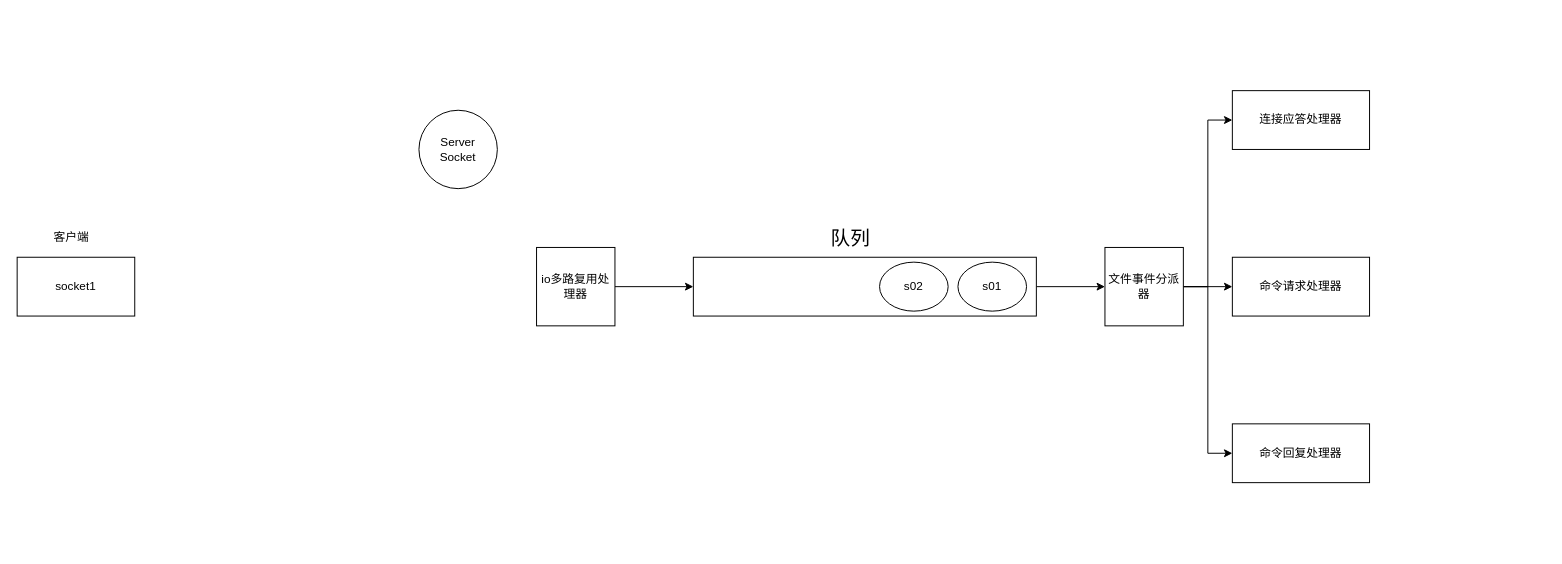
zzzzzzyn/draw keeps this draw.io diagram as redis线程模型.drawio. Above is the earlier version. Source tidied: cells renumbered, new cells numbered last; positions are measured from the earlier drawing's top-left corner, leaving out a move shared by most shapes. Both pictures are drawn from the tidied source at 98%, with x=0, y=0 at pixel (17, 90).
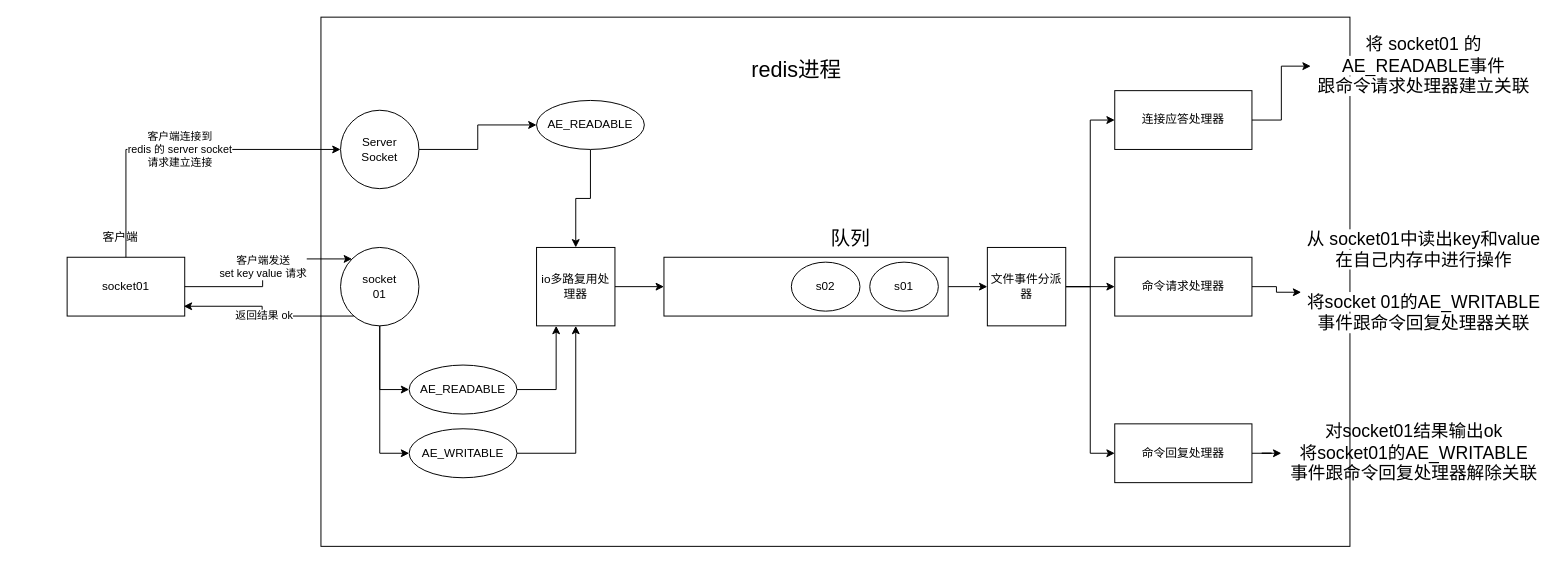
After the change.

Commit message:
更新redis线程模型.drawio

Unchanged cells that the change refers to:
```xml
<mxCell id="6" value="io多路复用处理器" style="whiteSpace=wrap;html=1;" parent="1" vertex="1">
  <mxGeometry x="530" y="160" width="80" height="80" as="geometry" />
</mxCell>
```

What changed in the source:
```diff
@@
-    <mxCell id="2" value="socket1" style="rounded=0;whiteSpace=wrap;html=1;" parent="1" vertex="1">
-      <mxGeometry y="170" width="120" height="60" as="geometry" />
-    </mxCell>
-    <mxCell id="3" value="客户端" style="text;html=1;align=center;verticalAlign=middle;" parent="1" vertex="1">
-      <mxGeometry x="30" y="140" width="50" height="20" as="geometry" />
-    </mxCell>
+    <mxCell id="19" style="rounded=0;whiteSpace=wrap;html=1;fillColor=none;" parent="1" vertex="1">
+      <mxGeometry x="310" y="-75" width="1050" height="540" as="geometry" />
+    </mxCell>
+    <mxCell id="20" style="edgeStyle=orthogonalEdgeStyle;rounded=0;jettySize=auto;html=1;entryX=0;entryY=0.5;entryDx=0;entryDy=0;" parent="1" edge="1" source="4" target="26">
+      <mxGeometry relative="1" as="geometry" />
+    </mxCell>
     <mxCell id="4" value="Server&lt;br&gt;Socket" style="ellipse;whiteSpace=wrap;html=1;" parent="1" vertex="1">
-      <mxGeometry x="410" y="20" width="80" height="80" as="geometry" />
+      <mxGeometry x="330" y="20" width="80" height="80" as="geometry" />
     </mxCell>
@@
     <mxCell id="8" style="rounded=0;whiteSpace=wrap;html=1;" parent="1" vertex="1">
-      <mxGeometry x="690" y="170" width="350" height="60" as="geometry" />
+      <mxGeometry x="660" y="170" width="290" height="60" as="geometry" />
     </mxCell>
@@
     <mxCell id="12" value="文件事件分派器" style="whiteSpace=wrap;html=1;" parent="1" vertex="1">
-      <mxGeometry x="1110" y="160" width="80" height="80" as="geometry" />
+      <mxGeometry x="990" y="160" width="80" height="80" as="geometry" />
     </mxCell>
+    <mxCell id="21" style="edgeStyle=orthogonalEdgeStyle;rounded=0;jettySize=auto;html=1;" parent="1" edge="1" source="13" target="38">
+      <mxGeometry relative="1" as="geometry" />
+    </mxCell>
     <mxCell id="13" value="连接应答处理器" style="rounded=0;whiteSpace=wrap;html=1;" parent="1" vertex="1">
-      <mxGeometry x="1240" width="140" height="60" as="geometry" />
+      <mxGeometry x="1120" width="140" height="60" as="geometry" />
     </mxCell>
+    <mxCell id="22" style="edgeStyle=orthogonalEdgeStyle;rounded=0;jettySize=auto;html=1;entryX=0.001;entryY=0.619;entryDx=0;entryDy=0;entryPerimeter=0;" parent="1" edge="1" source="14" target="39">
+      <mxGeometry relative="1" as="geometry" />
+    </mxCell>
     <mxCell id="14" value="命令请求处理器" style="rounded=0;whiteSpace=wrap;html=1;" parent="1" vertex="1">
-      <mxGeometry x="1240" y="170" width="140" height="60" as="geometry" />
+      <mxGeometry x="1120" y="170" width="140" height="60" as="geometry" />
     </mxCell>
+    <mxCell id="23" style="edgeStyle=orthogonalEdgeStyle;rounded=0;jettySize=auto;html=1;" parent="1" edge="1" source="15" target="40">
+      <mxGeometry relative="1" as="geometry" />
+    </mxCell>
     <mxCell id="15" value="命令回复处理器" style="rounded=0;whiteSpace=wrap;html=1;" parent="1" vertex="1">
-      <mxGeometry x="1240" y="340" width="140" height="60" as="geometry" />
+      <mxGeometry x="1120" y="340" width="140" height="60" as="geometry" />
     </mxCell>
@@
     <mxCell id="17" value="s01" style="ellipse;whiteSpace=wrap;html=1;" parent="1" vertex="1">
-      <mxGeometry x="960" y="175" width="70" height="50" as="geometry" />
+      <mxGeometry x="870" y="175" width="70" height="50" as="geometry" />
     </mxCell>
     <mxCell id="18" value="s02" style="ellipse;whiteSpace=wrap;html=1;" parent="1" vertex="1">
-      <mxGeometry x="880" y="175" width="70" height="50" as="geometry" />
+      <mxGeometry x="790" y="175" width="70" height="50" as="geometry" />
     </mxCell>
+    <mxCell id="24" style="group;" parent="1" vertex="1">
+      <mxGeometry x="50" y="140" width="120" height="90" as="geometry" />
+    </mxCell>
+    <mxCell id="2" value="socket01" style="rounded=0;whiteSpace=wrap;html=1;" parent="24" vertex="1">
+      <mxGeometry x="1" y="30" width="120" height="60" as="geometry" />
+    </mxCell>
+    <mxCell id="3" value="客户端" style="text;html=1;align=center;verticalAlign=middle;" parent="24" vertex="1">
+      <mxGeometry x="30" width="50" height="20" as="geometry" />
+    </mxCell>
+    <mxCell id="25" style="edgeStyle=orthogonalEdgeStyle;rounded=0;jettySize=auto;html=1;entryX=0.5;entryY=0;entryDx=0;entryDy=0;" parent="1" edge="1" source="26" target="6">
+      <mxGeometry relative="1" as="geometry" />
+    </mxCell>
+    <mxCell id="26" value="AE_READABLE" style="ellipse;whiteSpace=wrap;html=1;" parent="1" vertex="1">
+      <mxGeometry x="530" y="10" width="110" height="50" as="geometry" />
+    </mxCell>
+    <mxCell id="27" style="edgeStyle=orthogonalEdgeStyle;rounded=0;jettySize=auto;html=1;entryX=0;entryY=0.5;entryDx=0;entryDy=0;" parent="1" edge="1" source="30" target="32">
+      <mxGeometry relative="1" as="geometry" />
+    </mxCell>
+    <mxCell id="28" style="edgeStyle=orthogonalEdgeStyle;rounded=0;jettySize=auto;html=1;entryX=0;entryY=0.5;entryDx=0;entryDy=0;" parent="1" edge="1" source="30" target="34">
+      <mxGeometry relative="1" as="geometry" />
+    </mxCell>
+    <mxCell id="29" value="返回结果 ok" style="edgeStyle=orthogonalEdgeStyle;rounded=0;jettySize=auto;html=1;" parent="1" edge="1" source="30">
+      <mxGeometry relative="1" as="geometry">
+        <mxPoint x="170" y="220" as="targetPoint" />
+        <Array as="points">
+          <mxPoint x="250" y="230" />
+          <mxPoint x="250" y="220" />
+        </Array>
+      </mxGeometry>
+    </mxCell>
+    <mxCell id="30" value="socket&lt;br&gt;01" style="ellipse;whiteSpace=wrap;html=1;" parent="1" vertex="1">
+      <mxGeometry x="330" y="160" width="80" height="80" as="geometry" />
+    </mxCell>
+    <mxCell id="31" style="edgeStyle=orthogonalEdgeStyle;rounded=0;jettySize=auto;html=1;entryX=0.25;entryY=1;entryDx=0;entryDy=0;" parent="1" edge="1" source="32" target="6">
+      <mxGeometry relative="1" as="geometry" />
+    </mxCell>
+    <mxCell id="32" value="AE_READABLE" style="ellipse;whiteSpace=wrap;html=1;" parent="1" vertex="1">
+      <mxGeometry x="400" y="280" width="110" height="50" as="geometry" />
+    </mxCell>
+    <mxCell id="33" style="edgeStyle=orthogonalEdgeStyle;rounded=0;jettySize=auto;html=1;entryX=0.5;entryY=1;entryDx=0;entryDy=0;" parent="1" edge="1" source="34" target="6">
+      <mxGeometry relative="1" as="geometry" />
+    </mxCell>
+    <mxCell id="34" value="AE_WRITABLE" style="ellipse;whiteSpace=wrap;html=1;" parent="1" vertex="1">
+      <mxGeometry x="400" y="345" width="110" height="50" as="geometry" />
+    </mxCell>
+    <mxCell id="35" value="&lt;font style=&quot;font-size: 22px&quot;&gt;redis进程&lt;/font&gt;" style="text;html=1;align=center;verticalAlign=middle;" parent="1" vertex="1">
+      <mxGeometry x="740" y="-30" width="110" height="20" as="geometry" />
+    </mxCell>
+    <mxCell id="36" value="客户端发送&lt;br&gt;set key value 请求" style="edgeStyle=orthogonalEdgeStyle;rounded=0;jettySize=auto;html=1;entryX=0;entryY=0;entryDx=0;entryDy=0;" parent="1" edge="1" source="2" target="30">
+      <mxGeometry relative="1" as="geometry" />
+    </mxCell>
+    <mxCell id="37" value="客户端连接到&lt;br&gt;redis 的 server socket&lt;br&gt;请求建立连接" style="edgeStyle=orthogonalEdgeStyle;rounded=0;jettySize=auto;html=1;entryX=0;entryY=0.5;entryDx=0;entryDy=0;" parent="1" edge="1" source="2" target="4">
+      <mxGeometry relative="1" as="geometry">
+        <Array as="points">
+          <mxPoint x="111" y="60" />
+        </Array>
+      </mxGeometry>
+    </mxCell>
+    <mxCell id="38" value="&lt;font style=&quot;font-size: 18px ; background-color: rgb(255 , 255 , 255)&quot;&gt;将 socket01 的&lt;br&gt;AE_READABLE事件&lt;br&gt;跟命令请求处理器建立关联&lt;/font&gt;" style="text;html=1;align=center;verticalAlign=middle;points=[];" parent="1" vertex="1">
+      <mxGeometry x="1320" y="-50" width="230" height="50" as="geometry" />
+    </mxCell>
+    <mxCell id="39" value="&lt;font style=&quot;font-size: 18px ; background-color: rgb(255 , 255 , 255)&quot;&gt;从 socket01中读出key和value&lt;br&gt;在自己内存中进行操作&lt;br&gt;&lt;br&gt;将socket 01的AE_WRITABLE&lt;br&gt;事件跟命令回复处理器关联&lt;br&gt;&lt;/font&gt;" style="text;html=1;align=center;verticalAlign=middle;points=[];" parent="1" vertex="1">
+      <mxGeometry x="1310" y="150" width="250" height="90" as="geometry" />
+    </mxCell>
+    <mxCell id="40" value="&lt;font style=&quot;font-size: 18px&quot;&gt;对socket01结果输出ok&lt;br&gt;将socket01的AE_WRITABLE&lt;br&gt;事件跟命令回复处理器解除关联&lt;br&gt;&lt;/font&gt;" style="text;html=1;align=center;verticalAlign=middle;points=[];" parent="1" vertex="1">
+      <mxGeometry x="1290" y="345" width="270" height="50" as="geometry" />
+    </mxCell>
```
